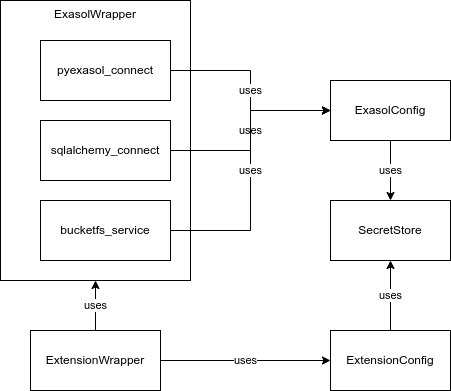
Above: doc/design/exasol_extension_wrappers.drawio.png in exasol/ai-lab (draw.io), before the change. Source tidied: cells renumbered, new cells last; positions are measured from the earlier drawing's top-left corner, leaving out a move shared by most shapes. Its diagram source:
```xml
<mxGraphModel>
  <root>
    <mxCell id="0" />
    <mxCell id="1" parent="0" />
    <mxCell id="2" value="ExasolWrapper" style="rounded=0;whiteSpace=wrap;html=1;verticalAlign=top;" parent="1" vertex="1">
      <mxGeometry width="190" height="280" as="geometry" />
    </mxCell>
    <mxCell id="3" value="uses" style="edgeStyle=orthogonalEdgeStyle;rounded=0;jettySize=auto;html=1;entryX=0;entryY=0.5;entryDx=0;entryDy=0;" parent="1" edge="1" source="4" target="8">
      <mxGeometry relative="1" as="geometry" />
    </mxCell>
    <mxCell id="4" value="pyexasol_connect" style="rounded=0;whiteSpace=wrap;html=1;" parent="1" vertex="1">
      <mxGeometry x="40" y="40" width="130" height="60" as="geometry" />
    </mxCell>
    <mxCell id="5" value="uses" style="edgeStyle=orthogonalEdgeStyle;rounded=0;jettySize=auto;html=1;entryX=0;entryY=0.5;entryDx=0;entryDy=0;" parent="1" edge="1" source="6" target="8">
      <mxGeometry relative="1" as="geometry" />
    </mxCell>
    <mxCell id="6" value="sqlalchemy_connect" style="rounded=0;whiteSpace=wrap;html=1;" parent="1" vertex="1">
      <mxGeometry x="40" y="120" width="130" height="60" as="geometry" />
    </mxCell>
    <mxCell id="7" value="uses" style="edgeStyle=orthogonalEdgeStyle;rounded=0;jettySize=auto;html=1;entryX=0.5;entryY=0;entryDx=0;entryDy=0;" parent="1" edge="1" source="8" target="9">
      <mxGeometry relative="1" as="geometry" />
    </mxCell>
    <mxCell id="8" value="ExasolConfig" style="rounded=0;whiteSpace=wrap;html=1;" parent="1" vertex="1">
      <mxGeometry x="330" y="80" width="120" height="60" as="geometry" />
    </mxCell>
    <mxCell id="9" value="SecretStore" style="rounded=0;whiteSpace=wrap;html=1;" parent="1" vertex="1">
      <mxGeometry x="330" y="200" width="120" height="60" as="geometry" />
    </mxCell>
    <mxCell id="10" value="uses" style="edgeStyle=orthogonalEdgeStyle;rounded=0;jettySize=auto;html=1;entryX=0.5;entryY=1;entryDx=0;entryDy=0;" parent="1" edge="1" source="11" target="9">
      <mxGeometry relative="1" as="geometry" />
    </mxCell>
    <mxCell id="11" value="ExtensionConfig" style="rounded=0;whiteSpace=wrap;html=1;" parent="1" vertex="1">
      <mxGeometry x="330" y="330" width="120" height="60" as="geometry" />
    </mxCell>
    <mxCell id="12" value="uses" style="edgeStyle=orthogonalEdgeStyle;rounded=0;jettySize=auto;html=1;entryX=0;entryY=0.5;entryDx=0;entryDy=0;" parent="1" edge="1" source="14" target="11">
      <mxGeometry relative="1" as="geometry" />
    </mxCell>
    <mxCell id="13" value="uses" style="edgeStyle=orthogonalEdgeStyle;rounded=0;jettySize=auto;html=1;" parent="1" edge="1" source="14" target="2">
      <mxGeometry relative="1" as="geometry" />
    </mxCell>
    <mxCell id="14" value="ExtensionWrapper" style="rounded=0;whiteSpace=wrap;html=1;" parent="1" vertex="1">
      <mxGeometry x="30" y="330" width="130" height="60" as="geometry" />
    </mxCell>
    <mxCell id="15" value="uses" style="edgeStyle=orthogonalEdgeStyle;rounded=0;jettySize=auto;html=1;entryX=0;entryY=0.5;entryDx=0;entryDy=0;" parent="1" edge="1" source="16" target="8">
      <mxGeometry relative="1" as="geometry" />
    </mxCell>
    <mxCell id="16" value="bucketfs_service" style="rounded=0;whiteSpace=wrap;html=1;" parent="1" vertex="1">
      <mxGeometry x="40" y="200" width="130" height="60" as="geometry" />
    </mxCell>
  </root>
</mxGraphModel>
```
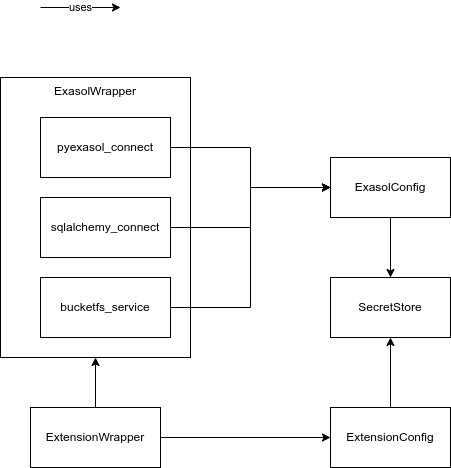
After the commit.

What changed in the source:
```diff
@@ -5,19 +5,19 @@
     <mxCell id="2" value="ExasolWrapper" style="rounded=0;whiteSpace=wrap;html=1;verticalAlign=top;" parent="1" vertex="1">
       <mxGeometry width="190" height="280" as="geometry" />
     </mxCell>
-    <mxCell id="3" value="uses" style="edgeStyle=orthogonalEdgeStyle;rounded=0;jettySize=auto;html=1;entryX=0;entryY=0.5;entryDx=0;entryDy=0;" parent="1" edge="1" source="4" target="8">
+    <mxCell id="3" style="edgeStyle=orthogonalEdgeStyle;rounded=0;jettySize=auto;html=1;entryX=0;entryY=0.5;entryDx=0;entryDy=0;" parent="1" edge="1" source="4" target="8">
       <mxGeometry relative="1" as="geometry" />
     </mxCell>
     <mxCell id="4" value="pyexasol_connect" style="rounded=0;whiteSpace=wrap;html=1;" parent="1" vertex="1">
       <mxGeometry x="40" y="40" width="130" height="60" as="geometry" />
     </mxCell>
-    <mxCell id="5" value="uses" style="edgeStyle=orthogonalEdgeStyle;rounded=0;jettySize=auto;html=1;entryX=0;entryY=0.5;entryDx=0;entryDy=0;" parent="1" edge="1" source="6" target="8">
+    <mxCell id="5" style="edgeStyle=orthogonalEdgeStyle;rounded=0;jettySize=auto;html=1;entryX=0;entryY=0.5;entryDx=0;entryDy=0;" parent="1" edge="1" source="6" target="8">
       <mxGeometry relative="1" as="geometry" />
     </mxCell>
     <mxCell id="6" value="sqlalchemy_connect" style="rounded=0;whiteSpace=wrap;html=1;" parent="1" vertex="1">
       <mxGeometry x="40" y="120" width="130" height="60" as="geometry" />
     </mxCell>
-    <mxCell id="7" value="uses" style="edgeStyle=orthogonalEdgeStyle;rounded=0;jettySize=auto;html=1;entryX=0.5;entryY=0;entryDx=0;entryDy=0;" parent="1" edge="1" source="8" target="9">
+    <mxCell id="7" style="edgeStyle=orthogonalEdgeStyle;rounded=0;jettySize=auto;html=1;entryX=0.5;entryY=0;entryDx=0;entryDy=0;" parent="1" edge="1" source="8" target="9">
       <mxGeometry relative="1" as="geometry" />
     </mxCell>
     <mxCell id="8" value="ExasolConfig" style="rounded=0;whiteSpace=wrap;html=1;" parent="1" vertex="1">
@@ -26,26 +26,32 @@
     <mxCell id="9" value="SecretStore" style="rounded=0;whiteSpace=wrap;html=1;" parent="1" vertex="1">
       <mxGeometry x="330" y="200" width="120" height="60" as="geometry" />
     </mxCell>
-    <mxCell id="10" value="uses" style="edgeStyle=orthogonalEdgeStyle;rounded=0;jettySize=auto;html=1;entryX=0.5;entryY=1;entryDx=0;entryDy=0;" parent="1" edge="1" source="11" target="9">
+    <mxCell id="10" style="edgeStyle=orthogonalEdgeStyle;rounded=0;jettySize=auto;html=1;entryX=0.5;entryY=1;entryDx=0;entryDy=0;" parent="1" edge="1" source="11" target="9">
       <mxGeometry relative="1" as="geometry" />
     </mxCell>
     <mxCell id="11" value="ExtensionConfig" style="rounded=0;whiteSpace=wrap;html=1;" parent="1" vertex="1">
       <mxGeometry x="330" y="330" width="120" height="60" as="geometry" />
     </mxCell>
-    <mxCell id="12" value="uses" style="edgeStyle=orthogonalEdgeStyle;rounded=0;jettySize=auto;html=1;entryX=0;entryY=0.5;entryDx=0;entryDy=0;" parent="1" edge="1" source="14" target="11">
-      <mxGeometry relative="1" as="geometry" />
-    </mxCell>
-    <mxCell id="13" value="uses" style="edgeStyle=orthogonalEdgeStyle;rounded=0;jettySize=auto;html=1;" parent="1" edge="1" source="14" target="2">
+    <mxCell id="13" style="edgeStyle=orthogonalEdgeStyle;rounded=0;jettySize=auto;html=1;" parent="1" edge="1" source="14" target="2">
       <mxGeometry relative="1" as="geometry" />
     </mxCell>
+    <mxCell id="17" style="edgeStyle=orthogonalEdgeStyle;rounded=0;jettySize=auto;html=1;entryX=0;entryY=0.5;entryDx=0;entryDy=0;" parent="1" edge="1" source="14" target="11">
+      <mxGeometry relative="1" as="geometry" />
+    </mxCell>
     <mxCell id="14" value="ExtensionWrapper" style="rounded=0;whiteSpace=wrap;html=1;" parent="1" vertex="1">
       <mxGeometry x="30" y="330" width="130" height="60" as="geometry" />
     </mxCell>
-    <mxCell id="15" value="uses" style="edgeStyle=orthogonalEdgeStyle;rounded=0;jettySize=auto;html=1;entryX=0;entryY=0.5;entryDx=0;entryDy=0;" parent="1" edge="1" source="16" target="8">
+    <mxCell id="15" style="edgeStyle=orthogonalEdgeStyle;rounded=0;jettySize=auto;html=1;entryX=0;entryY=0.5;entryDx=0;entryDy=0;" parent="1" edge="1" source="16" target="8">
       <mxGeometry relative="1" as="geometry" />
     </mxCell>
     <mxCell id="16" value="bucketfs_service" style="rounded=0;whiteSpace=wrap;html=1;" parent="1" vertex="1">
       <mxGeometry x="40" y="200" width="130" height="60" as="geometry" />
     </mxCell>
+    <mxCell id="12" value="uses" style="endArrow=classic;html=1;rounded=0;" parent="1" edge="1">
+      <mxGeometry relative="1" as="geometry">
+        <mxPoint x="40" y="-70" as="sourcePoint" />
+        <mxPoint x="120" y="-70" as="targetPoint" />
+      </mxGeometry>
+    </mxCell>
   </root>
 </mxGraphModel>
```
